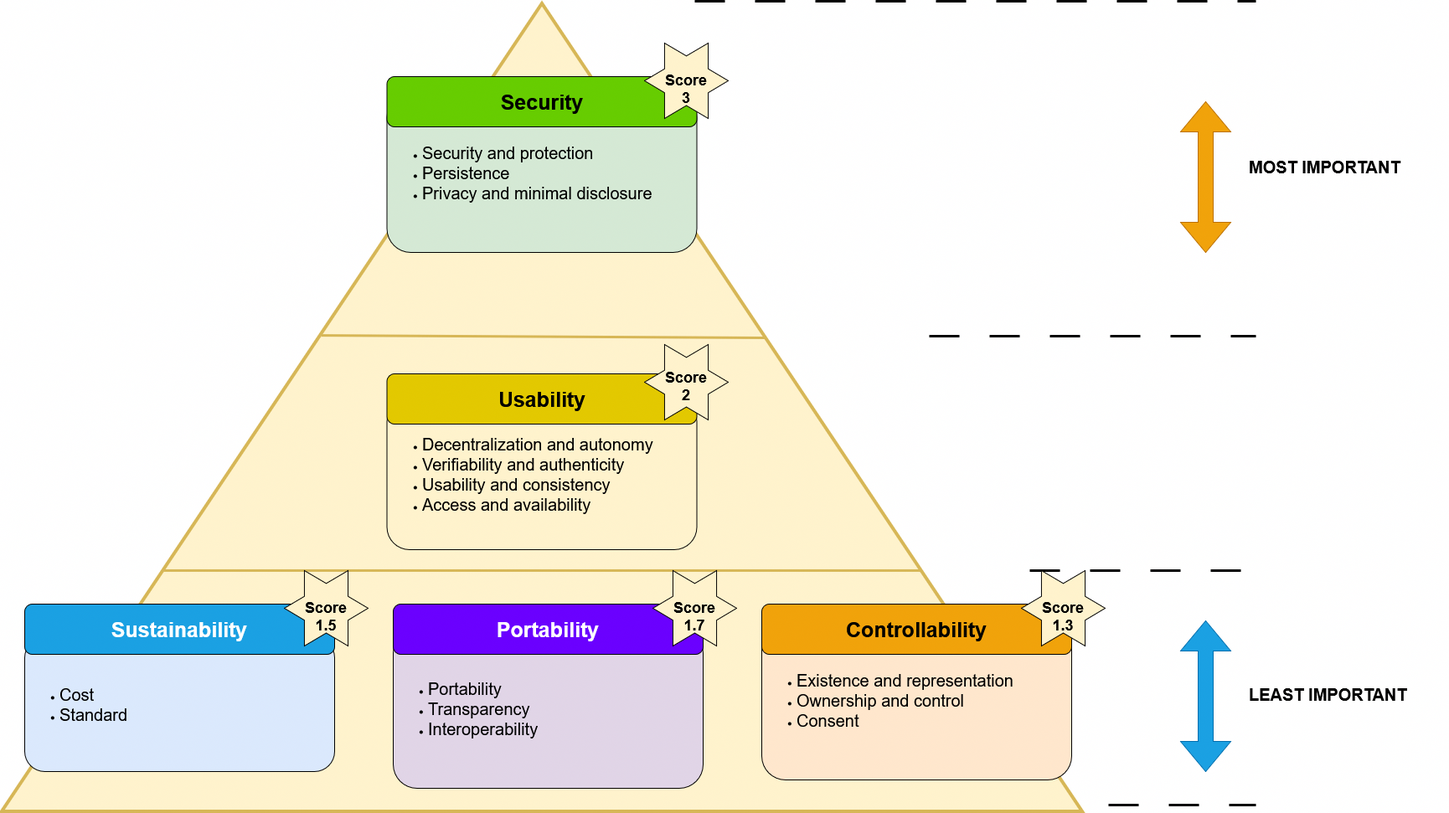
Before: definition/images/survey/ImportantGroups.png, a diagram exported from draw.io (cristianlepore/Self-Sovereign-Identity). Source tidied: cells renumbered, new cells last; positions are measured from the earlier drawing's top-left corner, leaving out a move shared by most shapes. Its diagram source:
```xml
<mxGraphModel>
  <root>
    <mxCell id="0" />
    <mxCell id="1" parent="0" />
    <mxCell id="2" style="endArrow=none;html=1;rounded=0;exitX=0.298;exitY=0.15;exitDx=0;exitDy=0;exitPerimeter=0;fillColor=#fff2cc;strokeColor=#000000;strokeWidth=3;dashed=1;dashPattern=12 12;" parent="1" edge="1">
      <mxGeometry relative="1" as="geometry">
        <mxPoint x="1150" y="1120" as="sourcePoint" />
        <mxPoint x="1470" y="1120" as="targetPoint" />
      </mxGeometry>
    </mxCell>
    <mxCell id="3" style="triangle;whiteSpace=wrap;html=1;rotation=-90;fillColor=#fff2cc;strokeColor=#d6b656;strokeWidth=4;" parent="1" vertex="1">
      <mxGeometry x="135" width="965" height="1290" as="geometry" />
    </mxCell>
    <mxCell id="4" value="&lt;div style=&quot;line-height: 200%;&quot; align=&quot;right&quot;&gt;&lt;span style=&quot;color: rgb(0, 0, 0);&quot;&gt;&lt;b&gt;&lt;font style=&quot;font-size: 20px;&quot;&gt;MOST IMPORTANT&lt;/font&gt;&lt;/b&gt;&lt;/span&gt;&lt;br&gt;&lt;/div&gt;" style="text;whiteSpace=wrap;html=1;" parent="1" vertex="1">
      <mxGeometry x="1460" y="340" width="240" height="60" as="geometry" />
    </mxCell>
    <mxCell id="5" value="&lt;div style=&quot;line-height: 200%;&quot; align=&quot;right&quot;&gt;&lt;b&gt;&lt;font style=&quot;font-size: 20px; color: rgb(0, 0, 0);&quot;&gt;LEAST IMPORTANT&lt;/font&gt;&lt;span style=&quot;color: rgba(0, 0, 0, 0);&quot;&gt;&lt;span style=&quot;color: rgba(0, 0, 0, 0);&quot;&gt;&lt;br&gt;&lt;/span&gt;&lt;/span&gt;&lt;/b&gt;&lt;/div&gt;" style="text;whiteSpace=wrap;html=1;" parent="1" vertex="1">
      <mxGeometry x="1460" y="970" width="240" height="60" as="geometry" />
    </mxCell>
    <mxCell id="6" style="endArrow=none;html=1;rounded=0;entryX=0.586;entryY=0.707;entryDx=0;entryDy=0;entryPerimeter=0;exitX=0.589;exitY=0.296;exitDx=0;exitDy=0;exitPerimeter=0;fillColor=#fff2cc;strokeColor=#d6b656;strokeWidth=3;" parent="1" edge="1" source="3" target="3">
      <mxGeometry relative="1" as="geometry" />
    </mxCell>
    <mxCell id="7" style="endArrow=none;html=1;rounded=0;entryX=0.298;entryY=0.851;entryDx=0;entryDy=0;entryPerimeter=0;exitX=0.298;exitY=0.15;exitDx=0;exitDy=0;exitPerimeter=0;fillColor=#fff2cc;strokeColor=#d6b656;strokeWidth=3;" parent="1" edge="1" source="3" target="3">
      <mxGeometry relative="1" as="geometry" />
    </mxCell>
    <mxCell id="8" value="&lt;div align=&quot;left&quot;&gt;&lt;ul&gt;&lt;li&gt;&lt;font style=&quot;font-size: 20px;&quot;&gt;Existence and representation&lt;/font&gt;&lt;/li&gt;&lt;li&gt;&lt;font style=&quot;font-size: 20px;&quot;&gt;Ownership and control&lt;/font&gt;&lt;/li&gt;&lt;li&gt;&lt;font style=&quot;font-size: 20px;&quot;&gt;Consent&lt;/font&gt;&lt;/li&gt;&lt;/ul&gt;&lt;/div&gt;" style="rounded=1;whiteSpace=wrap;html=1;align=left;fillColor=#ffe6cc;strokeColor=#000000;" parent="1" vertex="1">
      <mxGeometry x="880" y="900" width="370" height="190" as="geometry" />
    </mxCell>
    <mxCell id="9" value="&lt;div align=&quot;left&quot;&gt;&lt;ul&gt;&lt;li&gt;&lt;font style=&quot;font-size: 20px;&quot;&gt;Security and protection&lt;/font&gt;&lt;/li&gt;&lt;li&gt;&lt;font style=&quot;font-size: 20px;&quot;&gt;Persistence&lt;/font&gt;&lt;/li&gt;&lt;li&gt;&lt;font style=&quot;font-size: 20px;&quot;&gt;Privacy and minimal disclosure&lt;/font&gt;&lt;/li&gt;&lt;/ul&gt;&lt;/div&gt;" style="rounded=1;whiteSpace=wrap;html=1;align=left;fillColor=#d5e8d4;strokeColor=#000000;" parent="1" vertex="1">
      <mxGeometry x="432.5" y="270" width="370" height="190" as="geometry" />
    </mxCell>
    <mxCell id="10" value="&lt;div align=&quot;left&quot;&gt;&lt;ul&gt;&lt;li&gt;&lt;font style=&quot;font-size: 20px;&quot;&gt;Decentralization and autonomy&lt;/font&gt;&lt;/li&gt;&lt;li&gt;&lt;font style=&quot;font-size: 20px;&quot;&gt;Verifiability and authenticity&lt;/font&gt;&lt;/li&gt;&lt;li&gt;&lt;font style=&quot;font-size: 20px;&quot;&gt;Usability and consistency&lt;/font&gt;&lt;/li&gt;&lt;li&gt;&lt;font style=&quot;font-size: 20px;&quot;&gt;Access and availability&lt;/font&gt;&lt;/li&gt;&lt;/ul&gt;&lt;/div&gt;" style="rounded=1;whiteSpace=wrap;html=1;align=left;fillColor=#fff2cc;strokeColor=#000000;" parent="1" vertex="1">
      <mxGeometry x="432.5" y="635" width="370" height="180" as="geometry" />
    </mxCell>
    <mxCell id="11" value="&lt;b&gt;&lt;font style=&quot;font-size: 25px;&quot;&gt;Controllability&lt;/font&gt;&lt;/b&gt;" style="rounded=1;whiteSpace=wrap;html=1;fillColor=#f0a30a;fontColor=#000000;strokeColor=#000000;" parent="1" vertex="1">
      <mxGeometry x="880" y="880" width="370" height="60" as="geometry" />
    </mxCell>
    <mxCell id="12" value="&lt;div&gt;&lt;b&gt;&lt;font style=&quot;font-size: 25px;&quot;&gt;Usability&lt;/font&gt;&lt;/b&gt;&lt;br&gt;&lt;/div&gt;" style="rounded=1;whiteSpace=wrap;html=1;fillColor=#e3c800;fontColor=#000000;strokeColor=#000000;" parent="1" vertex="1">
      <mxGeometry x="432.5" y="605" width="370" height="60" as="geometry" />
    </mxCell>
    <mxCell id="13" value="&lt;span style=&quot;color: rgb(0, 0, 0);&quot;&gt;&lt;b&gt;&lt;font style=&quot;font-size: 25px;&quot;&gt;Security&lt;font&gt;&lt;br&gt;&lt;/font&gt;&lt;/font&gt;&lt;/b&gt;&lt;/span&gt;" style="rounded=1;whiteSpace=wrap;html=1;fillColor=#66CC00;strokeColor=#000000;fontColor=#ffffff;" parent="1" vertex="1">
      <mxGeometry x="432.5" y="250" width="370" height="60" as="geometry" />
    </mxCell>
    <mxCell id="14" value="&lt;div align=&quot;left&quot;&gt;&lt;ul&gt;&lt;li&gt;&lt;font style=&quot;font-size: 20px;&quot;&gt;Cost&lt;/font&gt;&lt;/li&gt;&lt;li&gt;&lt;div&gt;&lt;font style=&quot;font-size: 20px;&quot;&gt;Standard&lt;/font&gt;&lt;/div&gt;&lt;/li&gt;&lt;/ul&gt;&lt;/div&gt;" style="rounded=1;whiteSpace=wrap;html=1;fillColor=#dae8fc;strokeColor=#000000;align=left;" parent="1" vertex="1">
      <mxGeometry y="920" width="370" height="160" as="geometry" />
    </mxCell>
    <mxCell id="15" value="&lt;div align=&quot;left&quot;&gt;&lt;ul&gt;&lt;li&gt;&lt;font style=&quot;font-size: 20px;&quot;&gt;Portability&lt;/font&gt;&lt;/li&gt;&lt;li&gt;&lt;font style=&quot;font-size: 20px;&quot;&gt;Transparency&lt;/font&gt;&lt;/li&gt;&lt;li&gt;&lt;font style=&quot;font-size: 20px;&quot;&gt;Interoperability&lt;/font&gt;&lt;/li&gt;&lt;/ul&gt;&lt;/div&gt;" style="rounded=1;whiteSpace=wrap;html=1;align=left;fillColor=#e1d5e7;strokeColor=#000000;" parent="1" vertex="1">
      <mxGeometry x="440" y="910" width="370" height="190" as="geometry" />
    </mxCell>
    <mxCell id="16" value="&lt;b&gt;&lt;font style=&quot;font-size: 25px;&quot;&gt;Portability&lt;/font&gt;&lt;/b&gt;" style="rounded=1;whiteSpace=wrap;html=1;fillColor=#6a00ff;fontColor=#ffffff;strokeColor=#000000;" parent="1" vertex="1">
      <mxGeometry x="440" y="880" width="370" height="60" as="geometry" />
    </mxCell>
    <mxCell id="17" value="&lt;font style=&quot;font-size: 25px;&quot;&gt;&lt;b&gt;Sustainability&lt;/b&gt;&lt;/font&gt;" style="rounded=1;whiteSpace=wrap;html=1;fillColor=#1ba1e2;fontColor=#ffffff;strokeColor=#000000;" parent="1" vertex="1">
      <mxGeometry y="880" width="370" height="60" as="geometry" />
    </mxCell>
    <mxCell id="18" style="shape=doubleArrow;whiteSpace=wrap;html=1;rotation=90;fillColor=#1ba1e2;strokeColor=#006EAF;fontColor=#ffffff;" parent="1" vertex="1">
      <mxGeometry x="1320" y="960" width="180" height="60" as="geometry" />
    </mxCell>
    <mxCell id="19" style="shape=doubleArrow;whiteSpace=wrap;html=1;rotation=90;fillColor=#f0a30a;fontColor=#000000;strokeColor=#BD7000;" parent="1" vertex="1">
      <mxGeometry x="1320" y="340" width="180" height="60" as="geometry" />
    </mxCell>
    <mxCell id="20" style="endArrow=none;html=1;rounded=0;fillColor=#fff2cc;strokeColor=#000000;strokeWidth=3;dashed=1;dashPattern=12 12;" parent="1" edge="1">
      <mxGeometry relative="1" as="geometry">
        <mxPoint x="1200" y="840" as="sourcePoint" />
        <mxPoint x="1470" y="840" as="targetPoint" />
      </mxGeometry>
    </mxCell>
    <mxCell id="21" style="endArrow=none;html=1;rounded=0;fillColor=#fff2cc;strokeColor=#000000;strokeWidth=3;dashed=1;dashPattern=12 12;" parent="1" edge="1">
      <mxGeometry relative="1" as="geometry">
        <mxPoint x="1080" y="560" as="sourcePoint" />
        <mxPoint x="1470" y="560" as="targetPoint" />
      </mxGeometry>
    </mxCell>
    <mxCell id="22" style="endArrow=none;html=1;rounded=0;fillColor=#fff2cc;strokeColor=#000000;strokeWidth=3;dashed=1;dashPattern=12 12;" parent="1" edge="1">
      <mxGeometry relative="1" as="geometry">
        <mxPoint x="800" y="160" as="sourcePoint" />
        <mxPoint x="1470" y="160" as="targetPoint" />
      </mxGeometry>
    </mxCell>
    <mxCell id="23" style="verticalLabelPosition=bottom;verticalAlign=top;html=1;shape=mxgraph.basic.6_point_star;fillColor=#fff2cc;strokeColor=#000000;" parent="1" vertex="1">
      <mxGeometry x="740" y="210" width="100" height="90" as="geometry" />
    </mxCell>
    <mxCell id="24" value="&lt;font style=&quot;font-size: 18px;&quot;&gt;&lt;b&gt;&lt;font&gt;Score 3&lt;/font&gt;&lt;/b&gt;&lt;/font&gt;" style="text;html=1;align=center;verticalAlign=middle;whiteSpace=wrap;rounded=0;" parent="1" vertex="1">
      <mxGeometry x="760" y="250" width="60" height="30" as="geometry" />
    </mxCell>
    <mxCell id="25" style="verticalLabelPosition=bottom;verticalAlign=top;html=1;shape=mxgraph.basic.6_point_star;fillColor=#fff2cc;strokeColor=#000000;" parent="1" vertex="1">
      <mxGeometry x="740" y="570" width="100" height="90" as="geometry" />
    </mxCell>
    <mxCell id="26" style="verticalLabelPosition=bottom;verticalAlign=top;html=1;shape=mxgraph.basic.6_point_star;fillColor=#fff2cc;strokeColor=#000000;" parent="1" vertex="1">
      <mxGeometry x="750" y="840" width="100" height="90" as="geometry" />
    </mxCell>
    <mxCell id="27" value="&lt;font style=&quot;font-size: 18px;&quot;&gt;&lt;b&gt;&lt;font&gt;Score 2&lt;/font&gt;&lt;/b&gt;&lt;/font&gt;" style="text;html=1;align=center;verticalAlign=middle;whiteSpace=wrap;rounded=0;" parent="1" vertex="1">
      <mxGeometry x="760" y="605" width="60" height="30" as="geometry" />
    </mxCell>
    <mxCell id="28" value="&lt;font style=&quot;font-size: 18px;&quot;&gt;&lt;b&gt;&lt;font&gt;Score 1.7&lt;/font&gt;&lt;/b&gt;&lt;/font&gt;" style="text;html=1;align=center;verticalAlign=middle;whiteSpace=wrap;rounded=0;" parent="1" vertex="1">
      <mxGeometry x="770" y="880" width="60" height="30" as="geometry" />
    </mxCell>
    <mxCell id="29" style="verticalLabelPosition=bottom;verticalAlign=top;html=1;shape=mxgraph.basic.6_point_star;fillColor=#fff2cc;strokeColor=#000000;" parent="1" vertex="1">
      <mxGeometry x="310" y="840" width="100" height="90" as="geometry" />
    </mxCell>
    <mxCell id="30" value="&lt;font style=&quot;font-size: 18px;&quot;&gt;&lt;b&gt;&lt;font&gt;Score 1.5&lt;/font&gt;&lt;/b&gt;&lt;/font&gt;" style="text;html=1;align=center;verticalAlign=middle;whiteSpace=wrap;rounded=0;" parent="1" vertex="1">
      <mxGeometry x="330" y="880" width="60" height="30" as="geometry" />
    </mxCell>
    <mxCell id="31" style="verticalLabelPosition=bottom;verticalAlign=top;html=1;shape=mxgraph.basic.6_point_star;fillColor=#fff2cc;strokeColor=#000000;" parent="1" vertex="1">
      <mxGeometry x="1190" y="840" width="100" height="90" as="geometry" />
    </mxCell>
    <mxCell id="32" value="&lt;font style=&quot;font-size: 18px;&quot;&gt;&lt;b&gt;&lt;font&gt;Score 1.3&lt;/font&gt;&lt;/b&gt;&lt;/font&gt;" style="text;html=1;align=center;verticalAlign=middle;whiteSpace=wrap;rounded=0;" parent="1" vertex="1">
      <mxGeometry x="1210" y="880" width="60" height="30" as="geometry" />
    </mxCell>
  </root>
</mxGraphModel>
```
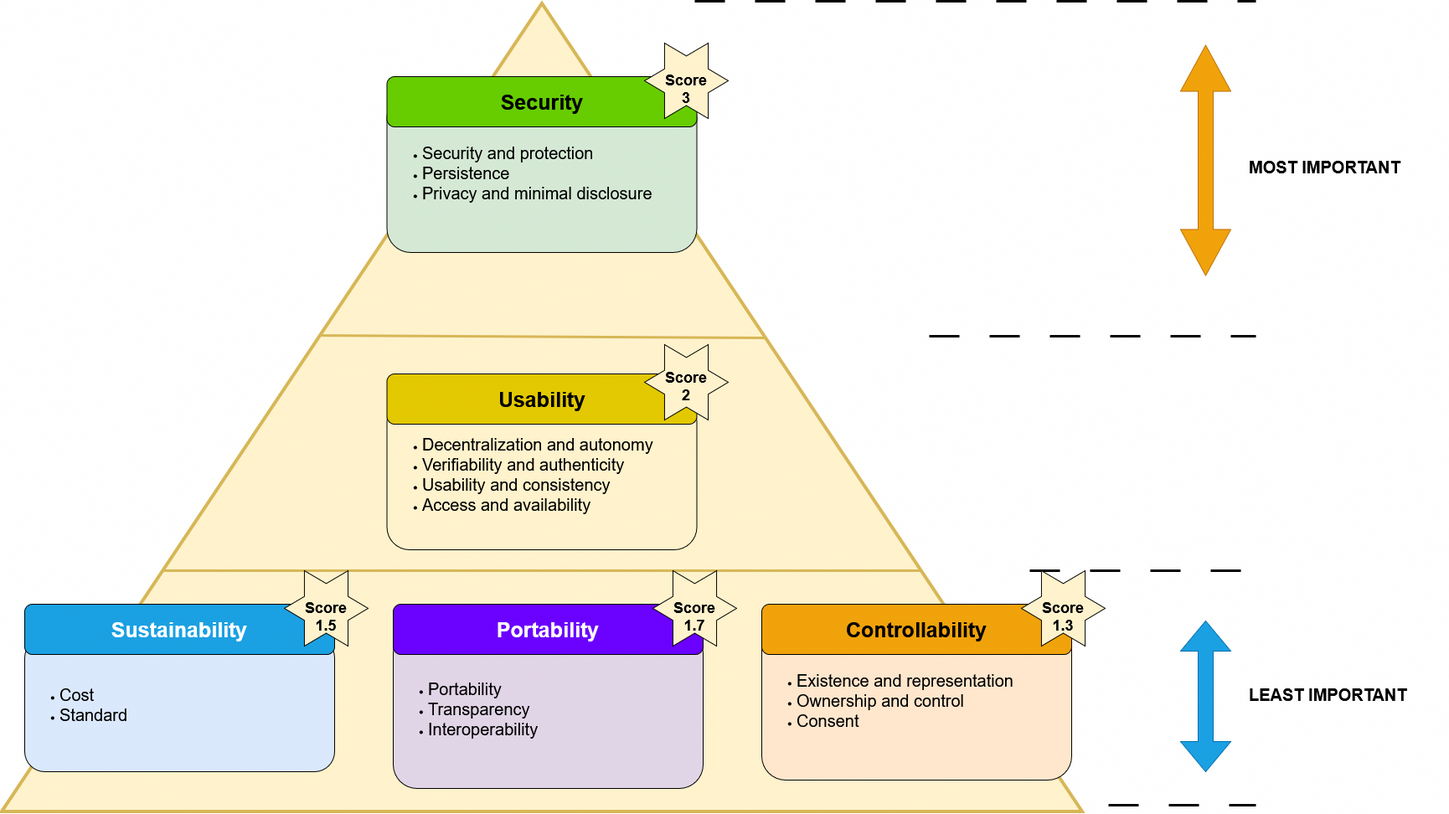
Above is the later version.

Change to the diagram source:
```diff
@@ -2,12 +2,12 @@
   <root>
     <mxCell id="0" />
     <mxCell id="1" parent="0" />
-    <mxCell id="2" style="endArrow=none;html=1;rounded=0;exitX=0.298;exitY=0.15;exitDx=0;exitDy=0;exitPerimeter=0;fillColor=#fff2cc;strokeColor=#000000;strokeWidth=3;dashed=1;dashPattern=12 12;" parent="1" edge="1">
-      <mxGeometry relative="1" as="geometry">
-        <mxPoint x="1150" y="1120" as="sourcePoint" />
-        <mxPoint x="1470" y="1120" as="targetPoint" />
-      </mxGeometry>
-    </mxCell>
+    <mxCell id="33" style="endArrow=none;html=1;rounded=0;exitX=0.298;exitY=0.15;exitDx=0;exitDy=0;exitPerimeter=0;fillColor=#fff2cc;strokeColor=#000000;strokeWidth=3;dashed=1;dashPattern=12 12;" parent="1" edge="1">
+      <mxGeometry relative="1" as="geometry">
+        <mxPoint x="1150" y="1120" as="sourcePoint" />
+        <mxPoint x="1470" y="1120" as="targetPoint" />
+      </mxGeometry>
+    </mxCell>
     <mxCell id="3" style="triangle;whiteSpace=wrap;html=1;rotation=-90;fillColor=#fff2cc;strokeColor=#d6b656;strokeWidth=4;" parent="1" vertex="1">
       <mxGeometry x="135" width="965" height="1290" as="geometry" />
     </mxCell>
@@ -17,12 +17,12 @@
     <mxCell id="5" value="&lt;div style=&quot;line-height: 200%;&quot; align=&quot;right&quot;&gt;&lt;b&gt;&lt;font style=&quot;font-size: 20px; color: rgb(0, 0, 0);&quot;&gt;LEAST IMPORTANT&lt;/font&gt;&lt;span style=&quot;color: rgba(0, 0, 0, 0);&quot;&gt;&lt;span style=&quot;color: rgba(0, 0, 0, 0);&quot;&gt;&lt;br&gt;&lt;/span&gt;&lt;/span&gt;&lt;/b&gt;&lt;/div&gt;" style="text;whiteSpace=wrap;html=1;" parent="1" vertex="1">
       <mxGeometry x="1460" y="970" width="240" height="60" as="geometry" />
     </mxCell>
-    <mxCell id="6" style="endArrow=none;html=1;rounded=0;entryX=0.586;entryY=0.707;entryDx=0;entryDy=0;entryPerimeter=0;exitX=0.589;exitY=0.296;exitDx=0;exitDy=0;exitPerimeter=0;fillColor=#fff2cc;strokeColor=#d6b656;strokeWidth=3;" parent="1" edge="1" source="3" target="3">
-      <mxGeometry relative="1" as="geometry" />
-    </mxCell>
-    <mxCell id="7" style="endArrow=none;html=1;rounded=0;entryX=0.298;entryY=0.851;entryDx=0;entryDy=0;entryPerimeter=0;exitX=0.298;exitY=0.15;exitDx=0;exitDy=0;exitPerimeter=0;fillColor=#fff2cc;strokeColor=#d6b656;strokeWidth=3;" parent="1" edge="1" source="3" target="3">
-      <mxGeometry relative="1" as="geometry" />
-    </mxCell>
+    <mxCell id="34" style="endArrow=none;html=1;rounded=0;entryX=0.586;entryY=0.707;entryDx=0;entryDy=0;entryPerimeter=0;exitX=0.589;exitY=0.296;exitDx=0;exitDy=0;exitPerimeter=0;fillColor=#fff2cc;strokeColor=#d6b656;strokeWidth=3;" parent="1" edge="1" source="3" target="3">
+      <mxGeometry relative="1" as="geometry" />
+    </mxCell>
+    <mxCell id="35" style="endArrow=none;html=1;rounded=0;entryX=0.298;entryY=0.851;entryDx=0;entryDy=0;entryPerimeter=0;exitX=0.298;exitY=0.15;exitDx=0;exitDy=0;exitPerimeter=0;fillColor=#fff2cc;strokeColor=#d6b656;strokeWidth=3;" parent="1" edge="1" source="3" target="3">
+      <mxGeometry relative="1" as="geometry" />
+    </mxCell>
     <mxCell id="8" value="&lt;div align=&quot;left&quot;&gt;&lt;ul&gt;&lt;li&gt;&lt;font style=&quot;font-size: 20px;&quot;&gt;Existence and representation&lt;/font&gt;&lt;/li&gt;&lt;li&gt;&lt;font style=&quot;font-size: 20px;&quot;&gt;Ownership and control&lt;/font&gt;&lt;/li&gt;&lt;li&gt;&lt;font style=&quot;font-size: 20px;&quot;&gt;Consent&lt;/font&gt;&lt;/li&gt;&lt;/ul&gt;&lt;/div&gt;" style="rounded=1;whiteSpace=wrap;html=1;align=left;fillColor=#ffe6cc;strokeColor=#000000;" parent="1" vertex="1">
       <mxGeometry x="880" y="900" width="370" height="190" as="geometry" />
     </mxCell>
@@ -56,27 +56,27 @@
     <mxCell id="18" style="shape=doubleArrow;whiteSpace=wrap;html=1;rotation=90;fillColor=#1ba1e2;strokeColor=#006EAF;fontColor=#ffffff;" parent="1" vertex="1">
       <mxGeometry x="1320" y="960" width="180" height="60" as="geometry" />
     </mxCell>
-    <mxCell id="19" style="shape=doubleArrow;whiteSpace=wrap;html=1;rotation=90;fillColor=#f0a30a;fontColor=#000000;strokeColor=#BD7000;" parent="1" vertex="1">
-      <mxGeometry x="1320" y="340" width="180" height="60" as="geometry" />
-    </mxCell>
-    <mxCell id="20" style="endArrow=none;html=1;rounded=0;fillColor=#fff2cc;strokeColor=#000000;strokeWidth=3;dashed=1;dashPattern=12 12;" parent="1" edge="1">
-      <mxGeometry relative="1" as="geometry">
-        <mxPoint x="1200" y="840" as="sourcePoint" />
-        <mxPoint x="1470" y="840" as="targetPoint" />
-      </mxGeometry>
-    </mxCell>
-    <mxCell id="21" style="endArrow=none;html=1;rounded=0;fillColor=#fff2cc;strokeColor=#000000;strokeWidth=3;dashed=1;dashPattern=12 12;" parent="1" edge="1">
-      <mxGeometry relative="1" as="geometry">
-        <mxPoint x="1080" y="560" as="sourcePoint" />
-        <mxPoint x="1470" y="560" as="targetPoint" />
-      </mxGeometry>
-    </mxCell>
-    <mxCell id="22" style="endArrow=none;html=1;rounded=0;fillColor=#fff2cc;strokeColor=#000000;strokeWidth=3;dashed=1;dashPattern=12 12;" parent="1" edge="1">
-      <mxGeometry relative="1" as="geometry">
-        <mxPoint x="800" y="160" as="sourcePoint" />
-        <mxPoint x="1470" y="160" as="targetPoint" />
-      </mxGeometry>
-    </mxCell>
+    <mxCell id="36" style="shape=doubleArrow;whiteSpace=wrap;html=1;rotation=90;fillColor=#f0a30a;fontColor=#000000;strokeColor=#BD7000;" parent="1" vertex="1">
+      <mxGeometry x="1272.5" y="320" width="275" height="60" as="geometry" />
+    </mxCell>
+    <mxCell id="37" style="endArrow=none;html=1;rounded=0;fillColor=#fff2cc;strokeColor=#000000;strokeWidth=3;dashed=1;dashPattern=12 12;" parent="1" edge="1">
+      <mxGeometry relative="1" as="geometry">
+        <mxPoint x="1200" y="840" as="sourcePoint" />
+        <mxPoint x="1470" y="840" as="targetPoint" />
+      </mxGeometry>
+    </mxCell>
+    <mxCell id="38" style="endArrow=none;html=1;rounded=0;fillColor=#fff2cc;strokeColor=#000000;strokeWidth=3;dashed=1;dashPattern=12 12;" parent="1" edge="1">
+      <mxGeometry relative="1" as="geometry">
+        <mxPoint x="1080" y="560" as="sourcePoint" />
+        <mxPoint x="1470" y="560" as="targetPoint" />
+      </mxGeometry>
+    </mxCell>
+    <mxCell id="39" style="endArrow=none;html=1;rounded=0;fillColor=#fff2cc;strokeColor=#000000;strokeWidth=3;dashed=1;dashPattern=12 12;" parent="1" edge="1">
+      <mxGeometry relative="1" as="geometry">
+        <mxPoint x="800" y="160" as="sourcePoint" />
+        <mxPoint x="1470" y="160" as="targetPoint" />
+      </mxGeometry>
+    </mxCell>
     <mxCell id="23" style="verticalLabelPosition=bottom;verticalAlign=top;html=1;shape=mxgraph.basic.6_point_star;fillColor=#fff2cc;strokeColor=#000000;" parent="1" vertex="1">
       <mxGeometry x="740" y="210" width="100" height="90" as="geometry" />
     </mxCell>
```
